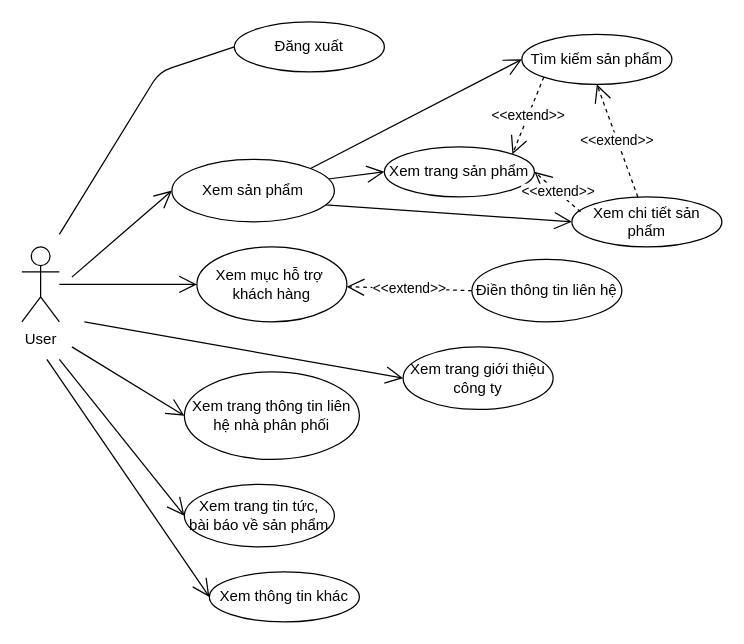
hoangminh15/PTTKHT keeps this draw.io diagram as userDiagram2.drawio. Above is the earlier version. Source tidied: cells renumbered, new cells numbered last; positions are measured from the earlier drawing's top-left corner, leaving out a move shared by most shapes. Both pictures are drawn from the tidied source at 125%, with x=0, y=0 at pixel (21, 21).
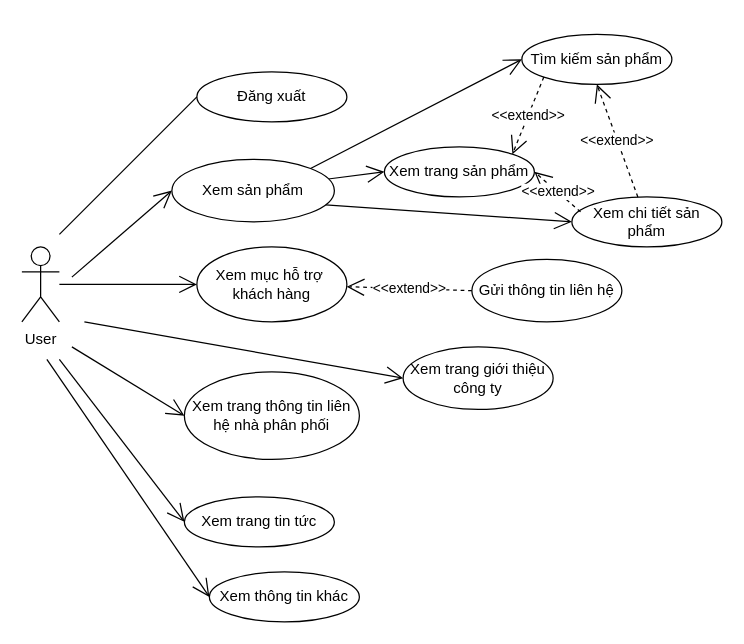
The same page after the edit.

Change to the diagram source:
```diff
@@
-    <mxCell id="5" value="Xem trang tin tức, &lt;br&gt;bài báo về sản phẩm" style="ellipse;whiteSpace=wrap;html=1;" parent="1" vertex="1">
-      <mxGeometry x="130" y="370" width="120" height="50" as="geometry" />
+    <mxCell id="5" value="Xem trang tin tức" style="ellipse;whiteSpace=wrap;html=1;" parent="1" vertex="1">
+      <mxGeometry x="130" y="380" width="120" height="40" as="geometry" />
     </mxCell>
@@
-    <mxCell id="7" value="Điền thông tin liên hệ" style="ellipse;whiteSpace=wrap;html=1;" parent="1" vertex="1">
+    <mxCell id="7" value="Gửi thông tin liên hệ" style="ellipse;whiteSpace=wrap;html=1;" parent="1" vertex="1">
       <mxGeometry x="360" y="190" width="120" height="50" as="geometry" />
     </mxCell>
@@
     <mxCell id="20" value="Đăng xuất" style="ellipse;whiteSpace=wrap;html=1;" parent="1" vertex="1">
-      <mxGeometry x="170" width="120" height="40" as="geometry" />
+      <mxGeometry x="140" y="40" width="120" height="40" as="geometry" />
     </mxCell>
     <mxCell id="21" style="endArrow=none;html=1;entryX=0;entryY=0.5;entryDx=0;entryDy=0;" parent="1" edge="1" target="20">
       <mxGeometry relative="1" as="geometry">
         <mxPoint x="30" y="170" as="sourcePoint" />
-        <Array as="points">
-          <mxPoint x="110" y="40" />
-        </Array>
       </mxGeometry>
     </mxCell>
```
